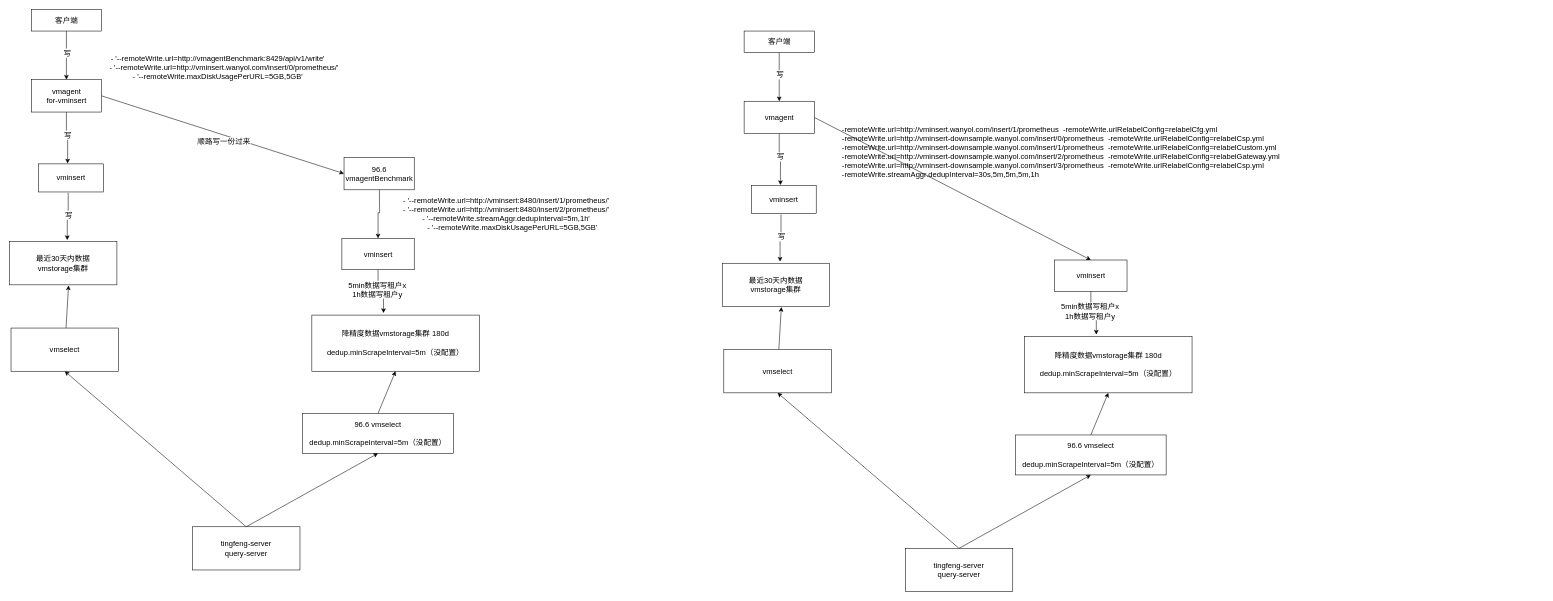
jingb/pythonRepo keeps this draw.io diagram as tsdb.drawio. Above is the earlier version. Source tidied: cells renumbered, new cells numbered last; positions are measured from the earlier drawing's top-left corner, leaving out a move shared by most shapes. Both pictures are drawn from the tidied source at 54%, with x=0, y=0 at pixel (9, 9).
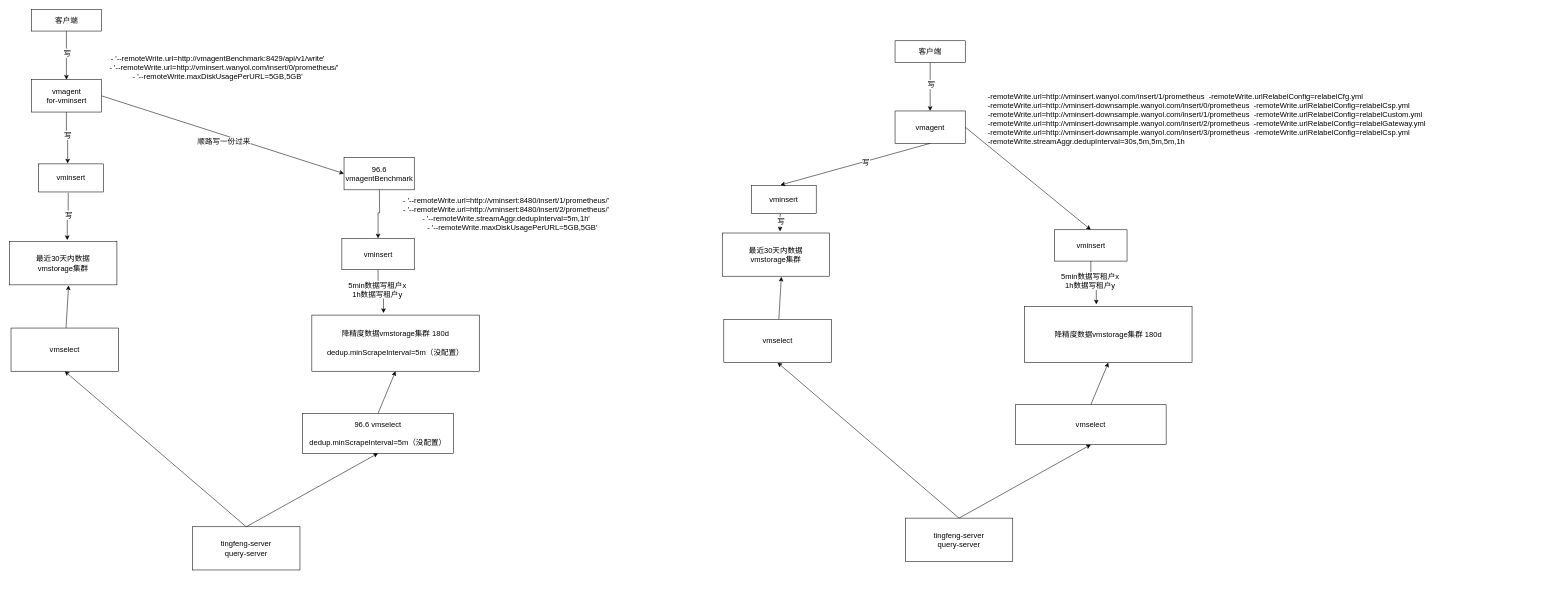
Above is the later version.

The change refers to these unchanged cells:
```xml
<mxCell id="33" value="vminsert" style="rounded=0;whiteSpace=wrap;html=1;fontSize=14;" parent="1" vertex="1">
  <mxGeometry x="1374" y="326" width="120" height="52" as="geometry" />
</mxCell>
```

What changed in the source:
```diff
@@
     <mxCell id="29" value="最近30天内数据&lt;br style=&quot;font-size: 14px;&quot;&gt;vmstorage集群" style="rounded=0;whiteSpace=wrap;html=1;fontSize=14;" parent="1" vertex="1">
-      <mxGeometry x="1320" y="470" width="199" height="80" as="geometry" />
+      <mxGeometry x="1320" y="414" width="199" height="80" as="geometry" />
     </mxCell>
-    <mxCell id="30" value="降精度数据vmstorage集群 180d&lt;br style=&quot;font-size: 14px;&quot;&gt;&lt;br style=&quot;font-size: 14px;&quot;&gt;dedup.minScrapeInterval=5m（没配置）" style="rounded=0;whiteSpace=wrap;html=1;fontSize=14;" parent="1" vertex="1">
-      <mxGeometry x="1880" y="606" width="310" height="104" as="geometry" />
+    <mxCell id="30" value="降精度数据vmstorage集群 180d" style="rounded=0;whiteSpace=wrap;html=1;fontSize=14;" parent="1" vertex="1">
+      <mxGeometry x="1880" y="550" width="310" height="104" as="geometry" />
     </mxCell>
@@
     <mxCell id="32" value="vmagent" style="rounded=0;whiteSpace=wrap;html=1;fontSize=14;" parent="1" vertex="1">
-      <mxGeometry x="1360.5" y="170" width="130" height="60" as="geometry" />
+      <mxGeometry x="1640" y="188" width="130" height="60" as="geometry" />
     </mxCell>
@@
     <mxCell id="34" value="vminsert" style="rounded=0;whiteSpace=wrap;html=1;fontSize=14;" parent="1" vertex="1">
-      <mxGeometry x="1935.6" y="464" width="134" height="58" as="geometry" />
+      <mxGeometry x="1935.6" y="408" width="134" height="58" as="geometry" />
     </mxCell>
-    <mxCell id="35" style="edgeStyle=orthogonalEdgeStyle;rounded=0;jettySize=auto;html=1;exitX=0.5;exitY=1;exitDx=0;exitDy=0;entryX=0.448;entryY=-0.016;entryDx=0;entryDy=0;entryPerimeter=0;fontSize=14;" parent="1" edge="1" source="32" target="33">
+    <mxCell id="35" style="rounded=0;jettySize=auto;html=1;exitX=0.5;exitY=1;exitDx=0;exitDy=0;entryX=0.448;entryY=-0.016;entryDx=0;entryDy=0;entryPerimeter=0;fontSize=14;" parent="1" edge="1" source="32" target="33">
       <mxGeometry relative="1" as="geometry" />
     </mxCell>
@@
-    <mxCell id="40" value="96.6 vmselect&lt;br style=&quot;font-size: 14px;&quot;&gt;&lt;br style=&quot;font-size: 14px;&quot;&gt;dedup.minScrapeInterval=5m（没配置）" style="rounded=0;whiteSpace=wrap;html=1;fontSize=14;" parent="1" vertex="1">
-      <mxGeometry x="1863.1" y="788" width="278.9" height="74" as="geometry" />
+    <mxCell id="40" value="vmselect" style="rounded=0;whiteSpace=wrap;html=1;fontSize=14;" parent="1" vertex="1">
+      <mxGeometry x="1863.1" y="732" width="278.9" height="74" as="geometry" />
     </mxCell>
@@
     <mxCell id="45" value="客户端" style="rounded=0;whiteSpace=wrap;html=1;fontSize=14;" parent="1" vertex="1">
-      <mxGeometry x="1360.5" y="40" width="130" height="40" as="geometry" />
+      <mxGeometry x="1640" y="58" width="130" height="40" as="geometry" />
     </mxCell>
@@
     <mxCell id="48" value="tingfeng-server&lt;br style=&quot;font-size: 14px;&quot;&gt;query-server" style="rounded=0;whiteSpace=wrap;html=1;fontSize=14;" parent="1" vertex="1">
-      <mxGeometry x="1659" y="998" width="199" height="80" as="geometry" />
+      <mxGeometry x="1659" y="942" width="199" height="80" as="geometry" />
     </mxCell>
@@
     <mxCell id="50" value="vmselect" style="rounded=0;whiteSpace=wrap;html=1;fontSize=14;" parent="1" vertex="1">
-      <mxGeometry x="1322.9" y="630" width="199" height="80" as="geometry" />
+      <mxGeometry x="1322.9" y="574" width="199" height="80" as="geometry" />
     </mxCell>
     <mxCell id="51" value="&lt;div style=&quot;font-size: 14px;&quot;&gt;&lt;div&gt;-remoteWrite.url=http://vminsert.wanyol.com/insert/1/prometheus&amp;nbsp; -remoteWrite.urlRelabelConfig=relabelCfg.yml&amp;nbsp;&lt;/div&gt;&lt;div&gt;-remoteWrite.url=http://vminsert-downsample.wanyol.com/insert/0/prometheus&amp;nbsp; -remoteWrite.urlRelabelConfig=relabelCsp.yml&amp;nbsp;&lt;/div&gt;&lt;div&gt;-remoteWrite.url=http://vminsert-downsample.wanyol.com/insert/1/prometheus&amp;nbsp; -remoteWrite.urlRelabelConfig=relabelCustom.yml&amp;nbsp;&lt;/div&gt;&lt;div&gt;-remoteWrite.url=http://vminsert-downsample.wanyol.com/insert/2/prometheus&amp;nbsp; -remoteWrite.urlRelabelConfig=relabelGateway.yml&amp;nbsp;&lt;/div&gt;&lt;div&gt;-remoteWrite.url=http://vminsert-downsample.wanyol.com/insert/3/prometheus&amp;nbsp; -remoteWrite.urlRelabelConfig=relabelCsp.yml&amp;nbsp;&lt;/div&gt;&lt;div&gt;-remoteWrite.streamAggr.dedupInterval=30s,5m,5m,5m,1h&lt;/div&gt;&lt;/div&gt;" style="text;html=1;align=left;verticalAlign=middle;whiteSpace=wrap;rounded=0;fontSize=14;" parent="1" vertex="1">
-      <mxGeometry x="1540" y="109" width="1030" height="309" as="geometry" />
+      <mxGeometry x="1810" y="48" width="1030" height="309" as="geometry" />
     </mxCell>
```
